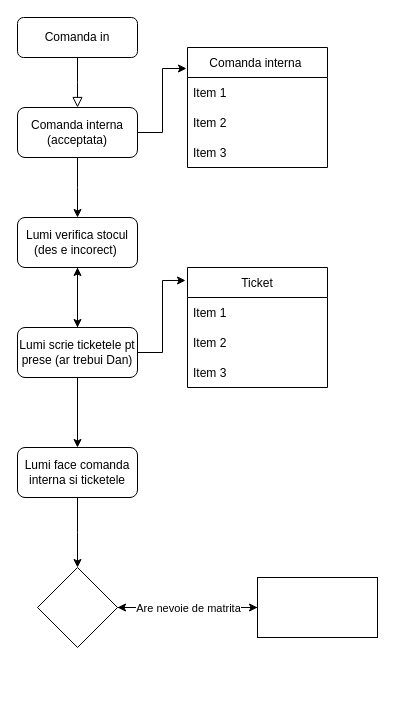
This is comandaFLow.drawio from CodeConjurerEth/Vulcom, a draw.io file, before an edit. Source tidied: cells renumbered, new cells numbered last; positions are measured from the earlier drawing's top-left corner, leaving out a move shared by most shapes. Both pictures are drawn from the tidied source at 100%, with x=0, y=0 at pixel (17, 17).
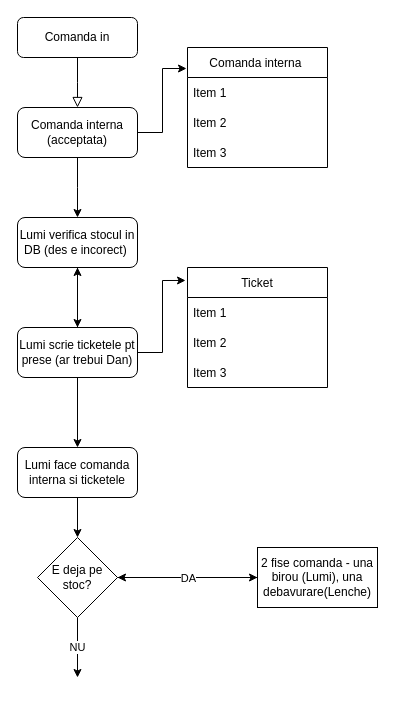
The same page after the edit.

The change refers to these unchanged cells:
```xml
<mxCell id="22" value="Lumi face comanda interna si ticketele" style="whiteSpace=wrap;html=1;rounded=1;" parent="1" vertex="1">
  <mxGeometry y="430" width="120" height="50" as="geometry" />
</mxCell>
<mxCell id="26" style="endArrow=classic;html=1;rounded=0;exitX=1;exitY=0.5;exitDx=0;exitDy=0;entryX=0;entryY=0.5;entryDx=0;entryDy=0;" parent="1" edge="1" source="23" target="25">
  <mxGeometry relative="1" as="geometry" />
</mxCell>
```

Diff of the diagram source:
```diff
@@
-    <mxCell id="12" value="&lt;span&gt;Lumi verifica stocul (des e incorect)&amp;nbsp;&lt;br&gt;&lt;/span&gt;" style="rounded=1;whiteSpace=wrap;html=1;" parent="1" vertex="1">
+    <mxCell id="12" value="&lt;span&gt;Lumi verifica stocul in DB (des e incorect)&amp;nbsp;&lt;br&gt;&lt;/span&gt;" style="rounded=1;whiteSpace=wrap;html=1;" parent="1" vertex="1">
       <mxGeometry y="200" width="120" height="50" as="geometry" />
     </mxCell>
@@
-    <mxCell id="21" style="edgeStyle=orthogonalEdgeStyle;rounded=0;jettySize=auto;html=1;" parent="1" edge="1" source="22">
-      <mxGeometry relative="1" as="geometry">
-        <mxPoint x="60" y="550" as="targetPoint" />
-      </mxGeometry>
+    <mxCell id="21" style="edgeStyle=orthogonalEdgeStyle;rounded=0;jettySize=auto;html=1;entryX=0.5;entryY=0;entryDx=0;entryDy=0;" parent="1" edge="1" source="22" target="23">
+      <mxGeometry relative="1" as="geometry" />
     </mxCell>
@@
+    <mxCell id="28" value="NU" style="edgeStyle=orthogonalEdgeStyle;rounded=0;jettySize=auto;html=1;exitX=0.5;exitY=1;exitDx=0;exitDy=0;" parent="1" edge="1" source="23">
+      <mxGeometry relative="1" as="geometry">
+        <mxPoint x="60" y="660" as="targetPoint" />
+      </mxGeometry>
+    </mxCell>
-    <mxCell id="23" style="rhombus;whiteSpace=wrap;html=1;rounded=0;" parent="1" vertex="1">
-      <mxGeometry x="20" y="550" width="80" height="80" as="geometry" />
+    <mxCell id="23" value="E deja pe stoc?" style="rhombus;whiteSpace=wrap;html=1;rounded=0;" parent="1" vertex="1">
+      <mxGeometry x="20" y="520" width="80" height="80" as="geometry" />
     </mxCell>
@@
-    <mxCell id="25" style="whiteSpace=wrap;html=1;rounded=0;" parent="1" vertex="1">
-      <mxGeometry x="240" y="560" width="120" height="60" as="geometry" />
+    <mxCell id="25" value="2 fise comanda - una birou (Lumi), una debavurare(Lenche)" style="whiteSpace=wrap;html=1;rounded=0;" parent="1" vertex="1">
+      <mxGeometry x="240" y="530" width="120" height="60" as="geometry" />
     </mxCell>
@@
-    <mxCell id="27" value="Are nevoie de matrita" style="edgeLabel;html=1;align=center;verticalAlign=middle;rounded=0;" parent="26" vertex="1">
+    <mxCell id="27" value="DA" style="edgeLabel;html=1;align=center;verticalAlign=middle;rounded=0;" parent="26" vertex="1">
       <mxGeometry relative="1" as="geometry" />
     </mxCell>
```
